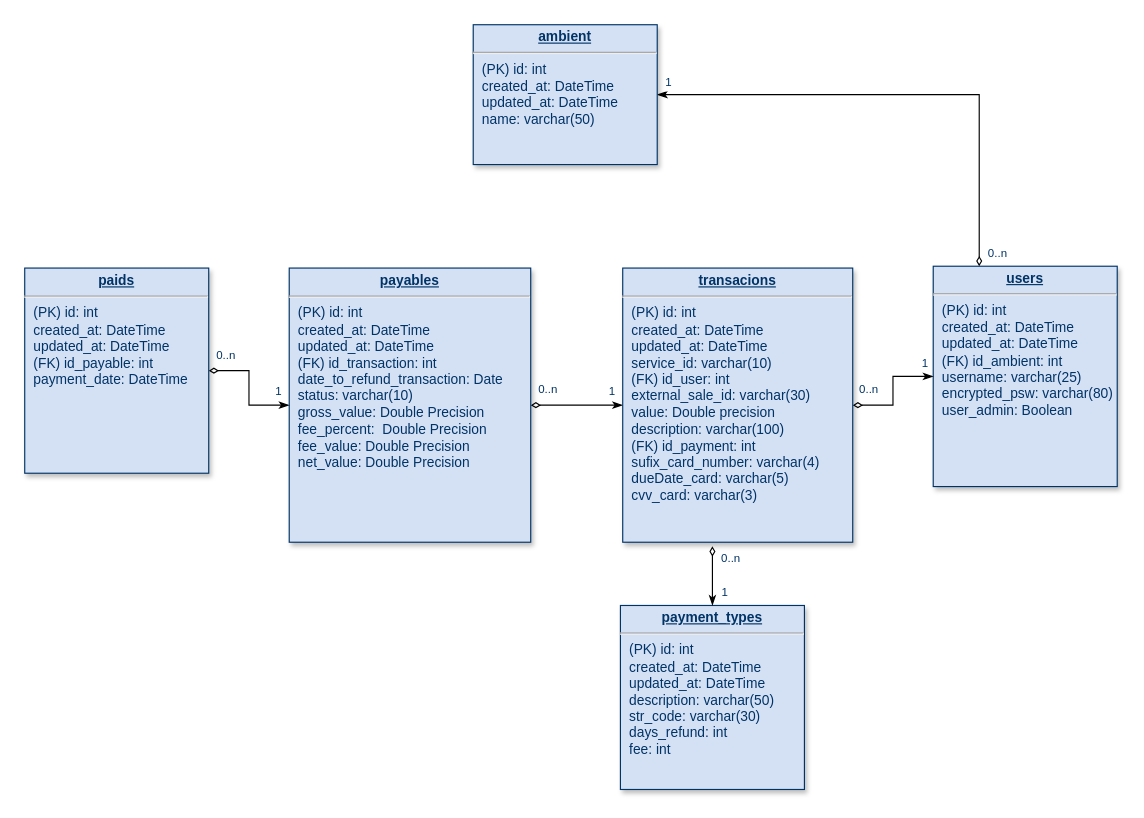
Before: src/database/DIAGRAM_PostgreSQL.drawio in GuilhermeSantanaAndrade/PaymentServiceProvider, a draw.io diagram. Source tidied: cells renumbered, new cells numbered last; positions are measured from the earlier drawing's top-left corner, leaving out a move shared by most shapes. Both pictures are drawn from the tidied source at 115%, with x=0, y=0 at pixel (24, 24).
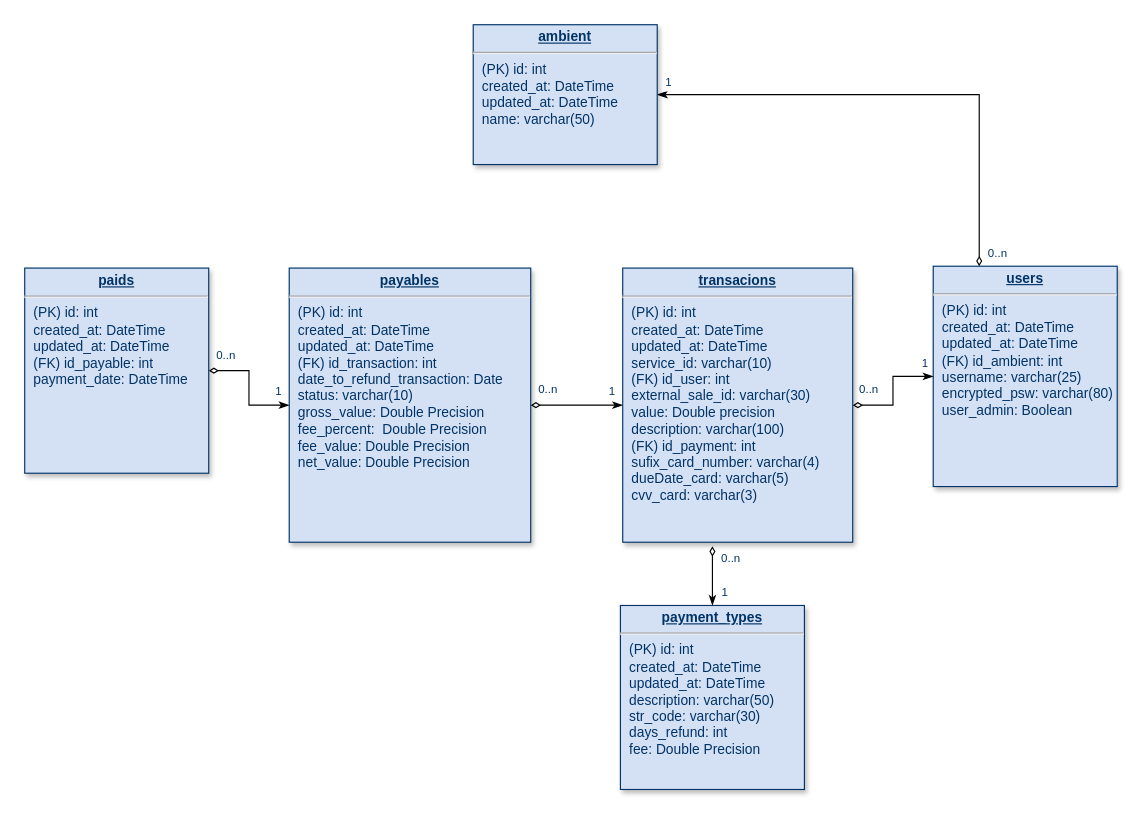
The same diagram, later.

What changed in the source:
```diff
@@
-    <mxCell id="4" value="&lt;p style=&quot;margin: 0px ; margin-top: 4px ; text-align: center ; text-decoration: underline&quot;&gt;&lt;strong&gt;payment_types&lt;/strong&gt;&lt;/p&gt;&lt;hr&gt;&lt;p style=&quot;margin: 0px ; margin-left: 8px&quot;&gt;(PK) id: int&lt;/p&gt;&lt;p style=&quot;margin: 0px 0px 0px 8px&quot;&gt;created_at: DateTime&lt;/p&gt;&lt;p style=&quot;margin: 0px 0px 0px 8px&quot;&gt;updated_at: DateTime&lt;/p&gt;&lt;p style=&quot;margin: 0px 0px 0px 8px&quot;&gt;description: varchar(50)&lt;/p&gt;&lt;p style=&quot;margin: 0px 0px 0px 8px&quot;&gt;str_code: varchar(30)&lt;/p&gt;&lt;p style=&quot;margin: 0px 0px 0px 8px&quot;&gt;days_refund: int&lt;/p&gt;&lt;p style=&quot;margin: 0px ; margin-left: 8px&quot;&gt;fee: int&lt;/p&gt;" style="verticalAlign=top;align=left;overflow=fill;fontSize=12;fontFamily=Helvetica;html=1;strokeColor=#003366;shadow=1;fillColor=#D4E1F5;fontColor=#003366;" parent="1" vertex="1">
+    <mxCell id="4" value="&lt;p style=&quot;margin: 0px ; margin-top: 4px ; text-align: center ; text-decoration: underline&quot;&gt;&lt;strong&gt;payment_types&lt;/strong&gt;&lt;/p&gt;&lt;hr&gt;&lt;p style=&quot;margin: 0px ; margin-left: 8px&quot;&gt;(PK) id: int&lt;/p&gt;&lt;p style=&quot;margin: 0px 0px 0px 8px&quot;&gt;created_at: DateTime&lt;/p&gt;&lt;p style=&quot;margin: 0px 0px 0px 8px&quot;&gt;updated_at: DateTime&lt;/p&gt;&lt;p style=&quot;margin: 0px 0px 0px 8px&quot;&gt;description: varchar(50)&lt;/p&gt;&lt;p style=&quot;margin: 0px 0px 0px 8px&quot;&gt;str_code: varchar(30)&lt;/p&gt;&lt;p style=&quot;margin: 0px 0px 0px 8px&quot;&gt;days_refund: int&lt;/p&gt;&lt;p style=&quot;margin: 0px ; margin-left: 8px&quot;&gt;fee: Double Precision&lt;/p&gt;" style="verticalAlign=top;align=left;overflow=fill;fontSize=12;fontFamily=Helvetica;html=1;strokeColor=#003366;shadow=1;fillColor=#D4E1F5;fontColor=#003366;" parent="1" vertex="1">
       <mxGeometry x="518" y="505" width="160" height="160" as="geometry" />
     </mxCell>
```
